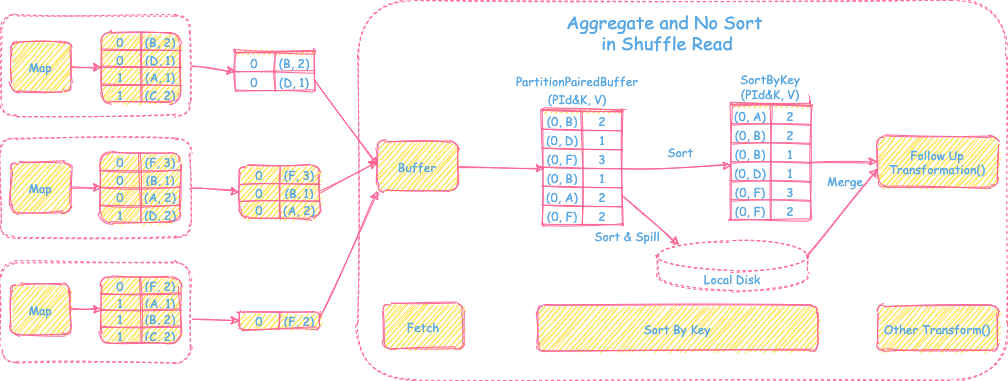
Earlier version of the draw.io export img/spark/shuffle/Sort_NoAgg_in_Shuffle_Read.png (hankemay/hanke.github.io). Source tidied: cells renumbered, new cells last; positions are measured from the earlier drawing's top-left corner, leaving out a move shared by most shapes.
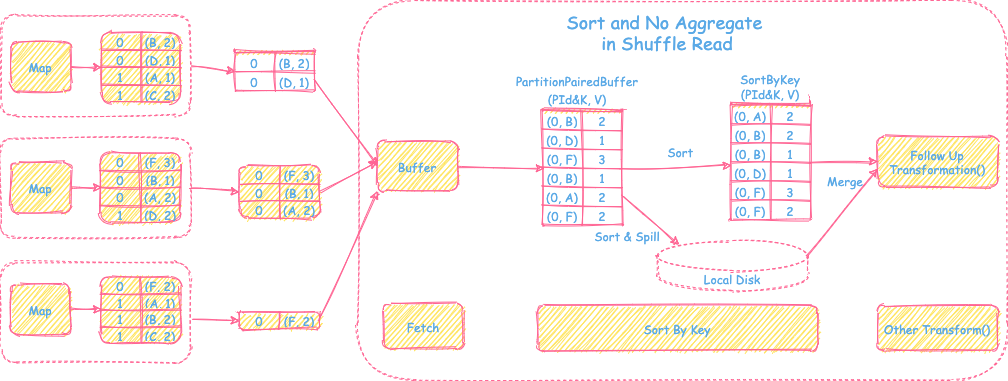
The same diagram one commit later.

What changed in the source:
```diff
@@ -253,7 +253,7 @@
     <mxCell id="84" value="Other Transform()" style="whiteSpace=wrap;html=1;fontFamily=Comic Sans MS;fillColor=#FFE45E;strokeColor=#FF6392;fontColor=#5AA9E6;sketch=1;rounded=1;" parent="1" vertex="1">
       <mxGeometry x="877" y="305" width="120" height="45" as="geometry" />
     </mxCell>
-    <mxCell id="85" value="Aggregate and No Sort &lt;br&gt;in Shuffle Read" style="text;html=1;strokeColor=none;fillColor=none;align=center;verticalAlign=middle;whiteSpace=wrap;rounded=0;sketch=1;fontFamily=Comic Sans MS;fontSize=18;fontColor=#5AA9E6;" parent="1" vertex="1">
+    <mxCell id="85" value="Sort and No Aggregate&amp;nbsp;&lt;br&gt;in Shuffle Read" style="text;html=1;strokeColor=none;fillColor=none;align=center;verticalAlign=middle;whiteSpace=wrap;rounded=0;sketch=1;fontFamily=Comic Sans MS;fontSize=18;fontColor=#5AA9E6;" parent="1" vertex="1">
       <mxGeometry x="532" y="21" width="270" height="20" as="geometry" />
     </mxCell>
     <mxCell id="86" style="shape=table;html=1;whiteSpace=wrap;startSize=2;fontFamily=Comic Sans MS;fillColor=#FFE45E;strokeColor=#FF6392;fontColor=#5AA9E6;sketch=1;rounded=1;" parent="1" vertex="1">
```
